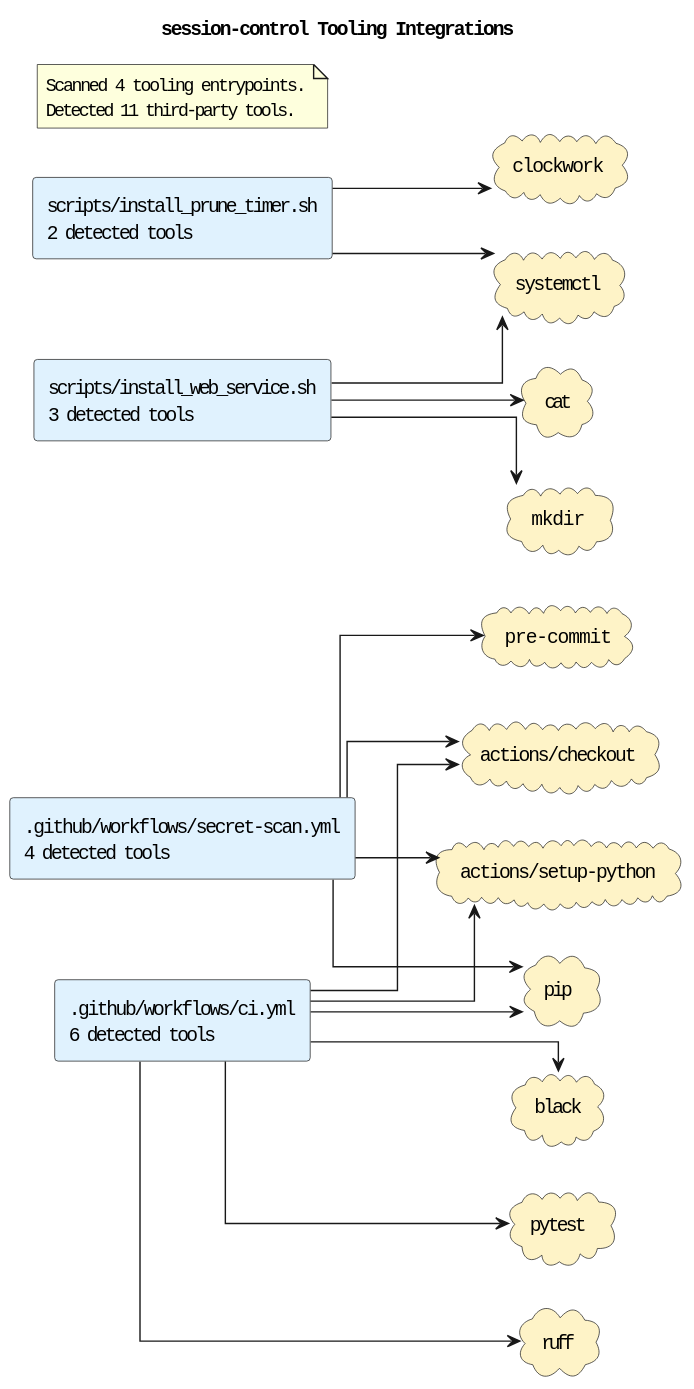
Earlier version of the PlantUML export docs/diagrams/tooling-integrations.puml.svg (casonk/session-control).
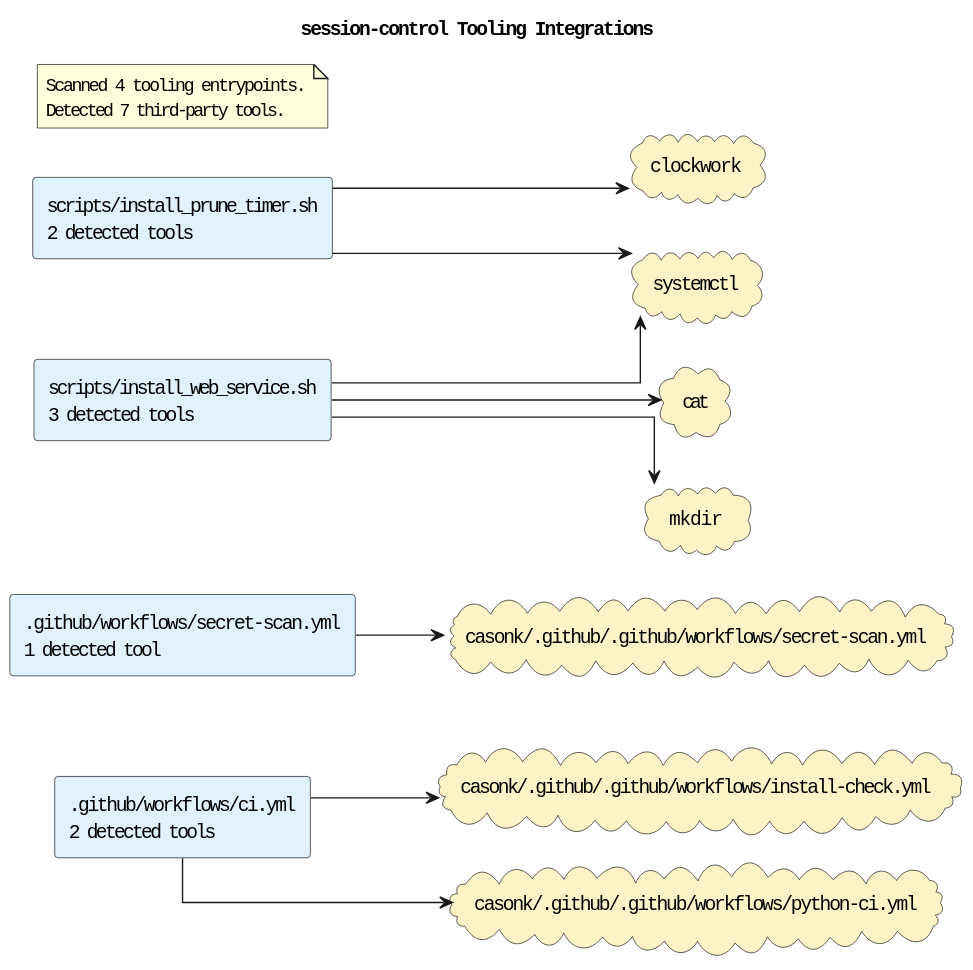
Later version of the same file.

What changed in the source:
```diff
@@ -5,31 +5,20 @@
 skinparam defaultFontName Monospace
 skinparam componentStyle rectangle
 skinparam linetype ortho
-rectangle ".github/workflows/ci.yml\n6 detected tools" as source_github_workflows_ci_yml #E0F2FE
-rectangle ".github/workflows/secret-scan.yml\n4 detected tools" as source_github_workflows_secret_scan_yml #E0F2FE
+rectangle ".github/workflows/ci.yml\n2 detected tools" as source_github_workflows_ci_yml #E0F2FE
+rectangle ".github/workflows/secret-scan.yml\n1 detected tool" as source_github_workflows_secret_scan_yml #E0F2FE
 rectangle "scripts/install_prune_timer.sh\n2 detected tools" as source_scripts_install_prune_timer_sh #E0F2FE
 rectangle "scripts/install_web_service.sh\n3 detected tools" as source_scripts_install_web_service_sh #E0F2FE
-cloud "actions/checkout" as tool_actions_checkout #FEF3C7
-cloud "actions/setup-python" as tool_actions_setup_python #FEF3C7
-cloud "black" as tool_black #FEF3C7
+cloud "casonk/.github/.github/workflows/install-check.yml" as tool_casonk_github_github_workflows_install_check_yml #FEF3C7
+cloud "casonk/.github/.github/workflows/python-ci.yml" as tool_casonk_github_github_workflows_python_ci_yml #FEF3C7
+cloud "casonk/.github/.github/workflows/secret-scan.yml" as tool_casonk_github_github_workflows_secret_scan_yml #FEF3C7
 cloud "cat" as tool_cat #FEF3C7
 cloud "clockwork" as tool_clockwork #FEF3C7
 cloud "mkdir" as tool_mkdir #FEF3C7
-cloud "pip" as tool_pip #FEF3C7
-cloud "pre-commit" as tool_pre_commit #FEF3C7
-cloud "pytest" as tool_pytest #FEF3C7
-cloud "ruff" as tool_ruff #FEF3C7
 cloud "systemctl" as tool_systemctl #FEF3C7
-source_github_workflows_ci_yml --> tool_actions_checkout
-source_github_workflows_ci_yml --> tool_actions_setup_python
-source_github_workflows_ci_yml --> tool_black
-source_github_workflows_ci_yml --> tool_pip
-source_github_workflows_ci_yml --> tool_pytest
-source_github_workflows_ci_yml --> tool_ruff
-source_github_workflows_secret_scan_yml --> tool_actions_checkout
-source_github_workflows_secret_scan_yml --> tool_actions_setup_python
-source_github_workflows_secret_scan_yml --> tool_pip
-source_github_workflows_secret_scan_yml --> tool_pre_commit
+source_github_workflows_ci_yml --> tool_casonk_github_github_workflows_install_check_yml
+source_github_workflows_ci_yml --> tool_casonk_github_github_workflows_python_ci_yml
+source_github_workflows_secret_scan_yml --> tool_casonk_github_github_workflows_secret_scan_yml
 source_scripts_install_prune_timer_sh --> tool_clockwork
 source_scripts_install_prune_timer_sh --> tool_systemctl
 source_scripts_install_web_service_sh --> tool_cat
@@ -37,6 +26,6 @@
 source_scripts_install_web_service_sh --> tool_systemctl
 note as toolingGraphSummary
 Scanned 4 tooling entrypoints.
-Detected 11 third-party tools.
+Detected 7 third-party tools.
 end note
 @enduml
```
